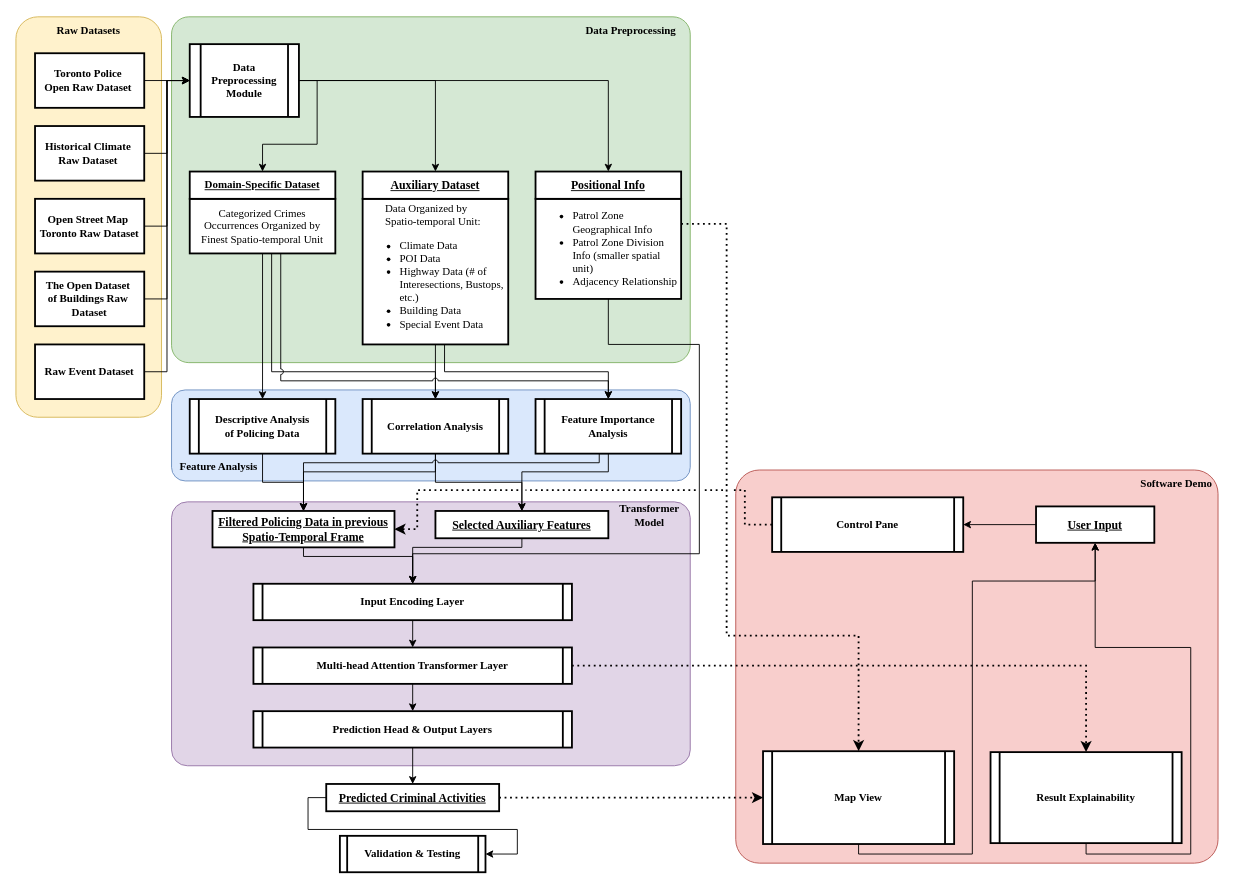
Above: data_analysis_initial/Untitled Diagram.drawio in capstone-923/ideal-police (draw.io), before the change. Source tidied: cells renumbered, new cells numbered last; positions are measured from the earlier drawing's top-left corner, leaving out a move shared by most shapes. Both pictures are drawn from the tidied source at 91%, with x=0, y=0 at pixel (15, 16).
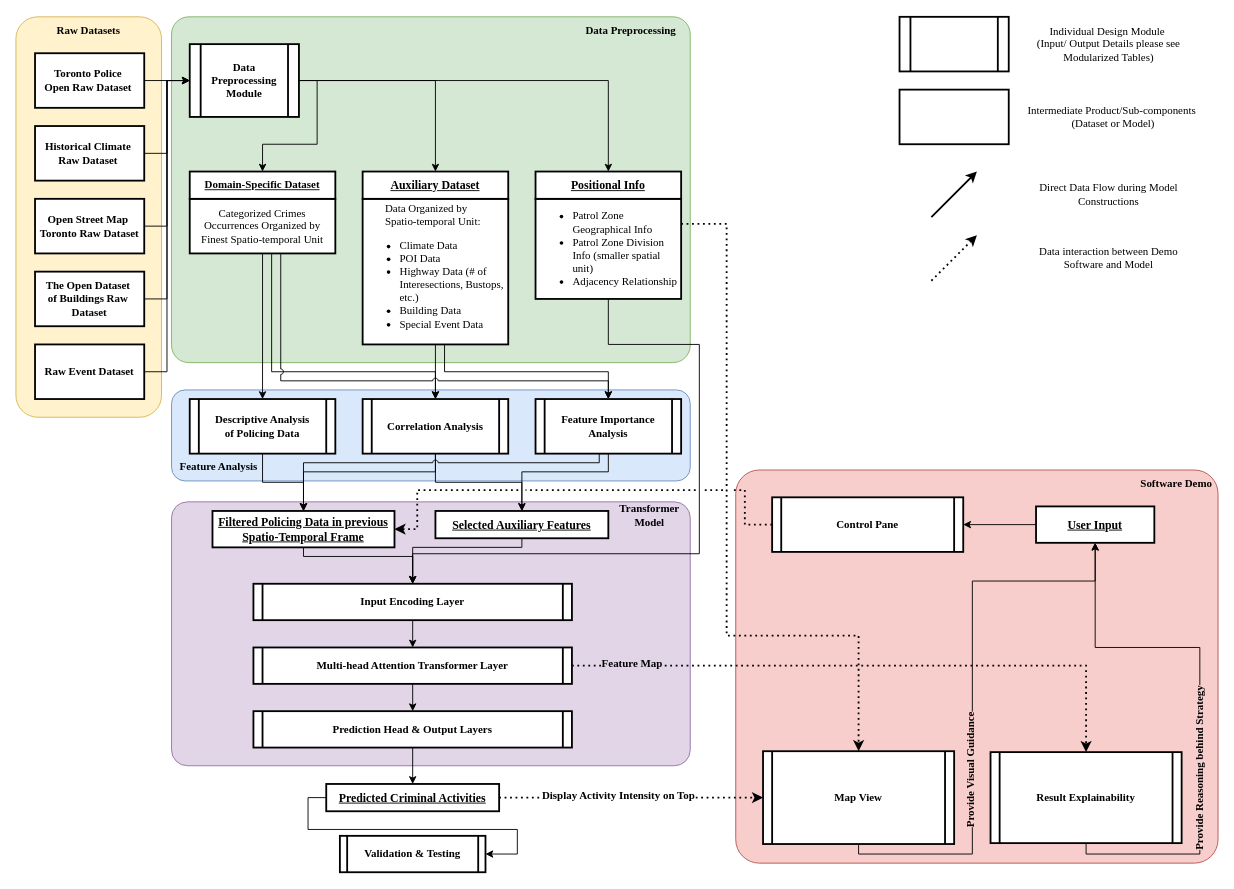
The same diagram, later.

The change refers to these unchanged cells:
```xml
<mxCell id="51" style="edgeStyle=orthogonalEdgeStyle;rounded=0;jettySize=auto;html=1;exitX=1;exitY=0.5;exitDx=0;exitDy=0;entryX=0.5;entryY=0;entryDx=0;entryDy=0;dashed=1;dashPattern=1 2;strokeWidth=2;" parent="1" edge="1" source="52" target="66">
  <mxGeometry relative="1" as="geometry" />
</mxCell>
<mxCell id="66" value="Result Explainability" style="shape=process;whiteSpace=wrap;html=1;backgroundOutline=1;strokeWidth=2;size=0.047619047619047616;fontFamily=Times New Roman;fontStyle=1;" parent="1" vertex="1">
  <mxGeometry x="1071" y="808" width="210" height="100" as="geometry" />
</mxCell>
<mxCell id="68" value="&lt;p style=&quot;margin: 0px; font-stretch: normal; font-size: 13px; line-height: normal; font-size-adjust: none; font-kerning: auto; font-variant-alternates: normal; font-variant-ligatures: normal; font-variant-numeric: normal; font-variant-east-asian: normal; font-variant-position: normal; font-feature-settings: normal; font-optical-sizing: auto; font-variation-settings: normal;&quot; class=&quot;p1&quot;&gt;User Input&lt;/p&gt;" style="rounded=0;whiteSpace=wrap;html=1;strokeWidth=2;fontStyle=5;fontFamily=Times New Roman;glass=0;align=center;" parent="1" vertex="1">
  <mxGeometry x="1121" y="538" width="130" height="40" as="geometry" />
</mxCell>
```

Change to the diagram source:
```diff
@@
+    <mxCell id="70" value="&lt;font style=&quot;font-size: 12px;&quot; face=&quot;Times New Roman&quot;&gt;&lt;b style=&quot;font-size: 12px;&quot;&gt;Feature Map&lt;/b&gt;&lt;/font&gt;" style="edgeLabel;html=1;align=center;verticalAlign=middle;labelBackgroundColor=#e1d5e7;fontSize=12;" parent="51" vertex="1">
+      <mxGeometry x="-0.32" y="2" relative="1" as="geometry">
+        <mxPoint x="-159" y="-1" as="offset" />
+      </mxGeometry>
+    </mxCell>
@@
     <mxCell id="65" style="edgeStyle=orthogonalEdgeStyle;rounded=0;jettySize=auto;html=1;exitX=0.5;exitY=1;exitDx=0;exitDy=0;entryX=0.5;entryY=1;entryDx=0;entryDy=0;" parent="1" edge="1" source="66" target="68">
       <mxGeometry relative="1" as="geometry">
         <Array as="points">
           <mxPoint x="1176" y="920" />
-          <mxPoint x="1291" y="920" />
-          <mxPoint x="1291" y="693" />
+          <mxPoint x="1301" y="920" />
+          <mxPoint x="1301" y="693" />
           <mxPoint x="1186" y="693" />
         </Array>
       </mxGeometry>
     </mxCell>
@@
+    <mxCell id="71" style="shape=process;whiteSpace=wrap;html=1;backgroundOutline=1;strokeWidth=2;" parent="1" vertex="1">
+      <mxGeometry x="971" width="120" height="60" as="geometry" />
+    </mxCell>
+    <mxCell id="72" style="rounded=0;whiteSpace=wrap;html=1;strokeWidth=2;" parent="1" vertex="1">
+      <mxGeometry x="971" y="80" width="120" height="60" as="geometry" />
+    </mxCell>
+    <mxCell id="73" style="endArrow=classic;html=1;rounded=0;strokeWidth=2;" parent="1" edge="1">
+      <mxGeometry relative="1" as="geometry">
+        <mxPoint x="1006" y="220" as="sourcePoint" />
+        <mxPoint x="1056" y="170" as="targetPoint" />
+      </mxGeometry>
+    </mxCell>
+    <mxCell id="74" style="endArrow=classic;html=1;rounded=0;strokeWidth=2;dashed=1;dashPattern=1 2;" parent="1" edge="1">
+      <mxGeometry relative="1" as="geometry">
+        <mxPoint x="1006" y="290" as="sourcePoint" />
+        <mxPoint x="1056" y="240" as="targetPoint" />
+      </mxGeometry>
+    </mxCell>
+    <mxCell id="75" value="Individual Design Module&amp;nbsp;&lt;div&gt;(Input/ Output Details please see Modularized Tables)&lt;/div&gt;" style="text;html=1;align=center;verticalAlign=middle;whiteSpace=wrap;rounded=0;fontFamily=Times New Roman;" parent="1" vertex="1">
+      <mxGeometry x="1111" y="15" width="180" height="30" as="geometry" />
+    </mxCell>
+    <mxCell id="76" value="Intermediate Product/Sub-components&amp;nbsp;&lt;div&gt;(Dataset or Model)&lt;/div&gt;" style="text;html=1;align=center;verticalAlign=middle;whiteSpace=wrap;rounded=0;fontFamily=Times New Roman;" parent="1" vertex="1">
+      <mxGeometry x="1111" y="95" width="190" height="30" as="geometry" />
+    </mxCell>
+    <mxCell id="77" value="Direct Data Flow during Model Constructions" style="text;html=1;align=center;verticalAlign=middle;whiteSpace=wrap;rounded=0;fontFamily=Times New Roman;" parent="1" vertex="1">
+      <mxGeometry x="1106" y="180" width="190" height="30" as="geometry" />
+    </mxCell>
+    <mxCell id="78" value="Data interaction between Demo Software and Model" style="text;html=1;align=center;verticalAlign=middle;whiteSpace=wrap;rounded=0;fontFamily=Times New Roman;" parent="1" vertex="1">
+      <mxGeometry x="1106" y="250" width="190" height="30" as="geometry" />
+    </mxCell>
+    <mxCell id="79" value="&lt;font face=&quot;Times New Roman&quot; style=&quot;font-size: 12px;&quot;&gt;&lt;b style=&quot;font-size: 12px;&quot;&gt;Display Activity Intensity on Top&lt;/b&gt;&lt;/font&gt;" style="edgeLabel;html=1;align=center;verticalAlign=middle;labelBackgroundColor=default;fontSize=12;" parent="1" vertex="1">
+      <mxGeometry x="661" y="855" as="geometry" />
+    </mxCell>
+    <mxCell id="80" value="&lt;font face=&quot;Times New Roman&quot; style=&quot;font-size: 12px;&quot;&gt;&lt;b style=&quot;font-size: 12px;&quot;&gt;Provide Visual Guidance&lt;/b&gt;&lt;/font&gt;" style="edgeLabel;html=1;align=center;verticalAlign=middle;labelBackgroundColor=#f8cecc;fontSize=12;rotation=-90;" parent="1" vertex="1">
+      <mxGeometry x="1052" y="833" as="geometry">
+        <mxPoint x="4" y="-4" as="offset" />
+      </mxGeometry>
+    </mxCell>
+    <mxCell id="81" value="&lt;font size=&quot;1&quot; face=&quot;Times New Roman&quot;&gt;&lt;b style=&quot;font-size: 12px;&quot;&gt;Provide Reasoning behind Strategy&lt;/b&gt;&lt;/font&gt;" style="edgeLabel;html=1;align=center;verticalAlign=middle;labelBackgroundColor=#f8cecc;fontSize=15;rotation=-90;" parent="1" vertex="1">
+      <mxGeometry x="1302" y="831" as="geometry">
+        <mxPoint x="4" y="-4" as="offset" />
+      </mxGeometry>
+    </mxCell>
```
